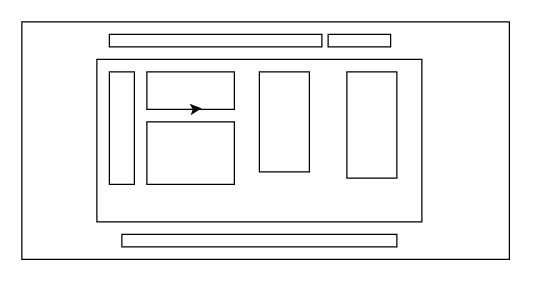
Earlier version of the draw.io diagram grid.dio (jass2k5/Modern-Unique-kungfu-panda-landing-page). Source tidied: cells renumbered, new cells numbered last; positions are measured from the earlier drawing's top-left corner, leaving out a move shared by most shapes. Both pictures are drawn from the tidied source at 125%, with x=0, y=0 at pixel (21, 21).
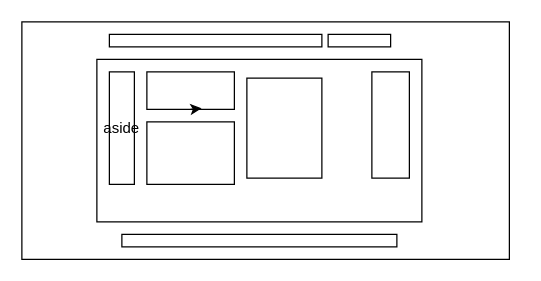
The same page after the edit.

What changed in the source:
```diff
@@
 <mxGraphModel>
   <root>
     <mxCell id="0" />
     <mxCell id="1" parent="0" />
     <mxCell id="2" style="edgeStyle=none;html=1;exitX=1;exitY=0.5;exitDx=0;exitDy=0;" parent="1" edge="1" source="3">
       <mxGeometry relative="1" as="geometry">
         <mxPoint x="240" y="95.2" as="targetPoint" />
       </mxGeometry>
     </mxCell>
     <mxCell id="3" style="rounded=0;whiteSpace=wrap;html=1;" parent="1" vertex="1">
       <mxGeometry width="390" height="190" as="geometry" />
     </mxCell>
     <mxCell id="4" style="rounded=0;whiteSpace=wrap;html=1;" parent="1" vertex="1">
       <mxGeometry x="60" y="30" width="260" height="130" as="geometry" />
     </mxCell>
     <mxCell id="5" style="rounded=0;whiteSpace=wrap;html=1;" parent="1" vertex="1">
       <mxGeometry x="70" y="10" width="170" height="10" as="geometry" />
     </mxCell>
     <mxCell id="6" style="rounded=0;whiteSpace=wrap;html=1;" parent="1" vertex="1">
       <mxGeometry x="245" y="10" width="50" height="10" as="geometry" />
     </mxCell>
-    <mxCell id="7" style="rounded=0;whiteSpace=wrap;html=1;direction=south;" parent="1" vertex="1">
+    <mxCell id="7" style="rounded=0;whiteSpace=wrap;html=1;direction=south;strokeColor=default;" parent="1" vertex="1">
       <mxGeometry x="70" y="40" width="20" height="90" as="geometry" />
     </mxCell>
     <mxCell id="8" style="rounded=0;whiteSpace=wrap;html=1;" parent="1" vertex="1">
       <mxGeometry x="100" y="40" width="70" height="30" as="geometry" />
     </mxCell>
     <mxCell id="9" style="edgeStyle=none;html=1;exitX=0.5;exitY=1;exitDx=0;exitDy=0;entryX=0.625;entryY=0.973;entryDx=0;entryDy=0;entryPerimeter=0;" parent="1" edge="1" source="8" target="8">
       <mxGeometry relative="1" as="geometry" />
     </mxCell>
     <mxCell id="10" style="rounded=0;whiteSpace=wrap;html=1;" parent="1" vertex="1">
       <mxGeometry x="100" y="80" width="70" height="50" as="geometry" />
     </mxCell>
     <mxCell id="11" style="rounded=0;whiteSpace=wrap;html=1;" parent="1" vertex="1">
-      <mxGeometry x="190" y="40" width="40" height="80" as="geometry" />
+      <mxGeometry x="180" y="45" width="60" height="80" as="geometry" />
     </mxCell>
     <mxCell id="12" style="rounded=0;whiteSpace=wrap;html=1;" parent="1" vertex="1">
-      <mxGeometry x="260" y="40" width="40" height="85" as="geometry" />
+      <mxGeometry x="280" y="40" width="30" height="85" as="geometry" />
     </mxCell>
     <mxCell id="13" style="rounded=0;whiteSpace=wrap;html=1;" parent="1" vertex="1">
       <mxGeometry x="80" y="170" width="220" height="10" as="geometry" />
     </mxCell>
+    <mxCell id="14" value="aside" style="text;strokeColor=none;align=center;fillColor=none;html=1;verticalAlign=middle;whiteSpace=wrap;rounded=0;" parent="1" vertex="1">
+      <mxGeometry x="50" y="70" width="60" height="30" as="geometry" />
+    </mxCell>
   </root>
 </mxGraphModel>
```
